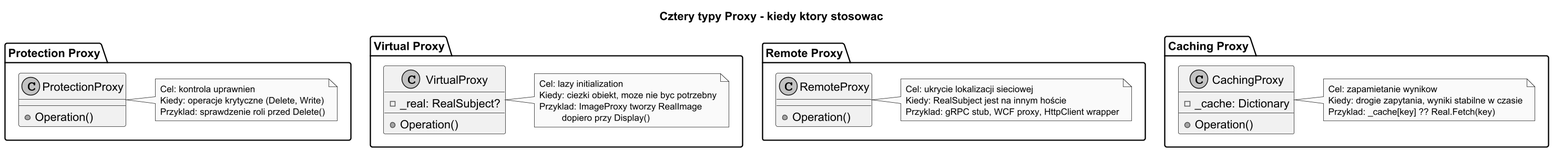
This is src/10-proxy/01-idea-i-kontekst/diagrams/proxy_types.png from tborzyszkowski/DesignPatterns, a PlantUML export, as it was before one commit.
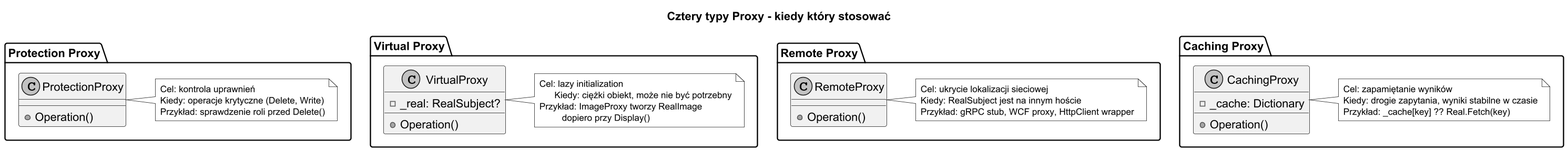
After the change.

The edit, as a diff of the source:
```diff
@@ -1,5 +1,5 @@
 @startuml proxy_types
-title Cztery typy Proxy - kiedy ktory stosowac
+title Cztery typy Proxy - kiedy który stosować
 
 skinparam monochrome true
 skinparam dpi 150
@@ -10,9 +10,9 @@
         + Operation()
     }
     note right of ProtectionProxy
-      Cel: kontrola uprawnien
+      Cel: kontrola uprawnień
       Kiedy: operacje krytyczne (Delete, Write)
-      Przyklad: sprawdzenie roli przed Delete()
+      Przykład: sprawdzenie roli przed Delete()
     end note
 }
 
@@ -23,8 +23,8 @@
     }
     note right of VirtualProxy
       Cel: lazy initialization
-      Kiedy: ciezki obiekt, moze nie byc potrzebny
-      Przyklad: ImageProxy tworzy RealImage
+            Kiedy: ciężki obiekt, może nie być potrzebny
+      Przykład: ImageProxy tworzy RealImage
                dopiero przy Display()
     end note
 }
@@ -36,7 +36,7 @@
     note right of RemoteProxy
       Cel: ukrycie lokalizacji sieciowej
       Kiedy: RealSubject jest na innym hoście
-      Przyklad: gRPC stub, WCF proxy, HttpClient wrapper
+      Przykład: gRPC stub, WCF proxy, HttpClient wrapper
     end note
 }
 
@@ -46,9 +46,9 @@
         + Operation()
     }
     note right of CachingProxy
-      Cel: zapamietanie wynikow
+      Cel: zapamiętanie wyników
       Kiedy: drogie zapytania, wyniki stabilne w czasie
-      Przyklad: _cache[key] ?? Real.Fetch(key)
+      Przykład: _cache[key] ?? Real.Fetch(key)
     end note
 }
 
```
